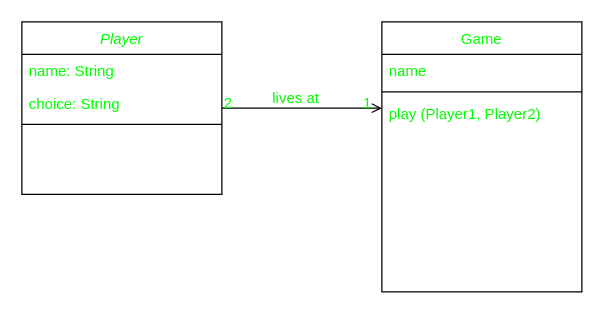
The draw.io diagram UMLDiagram.drawio in Michalju/week3_day5_homework, before the edit. Source tidied: cells renumbered, new cells numbered last; positions are measured from the earlier drawing's top-left corner, leaving out a move shared by most shapes. Both pictures are drawn from the tidied source at 125%, with x=0, y=0 at pixel (21, 21).
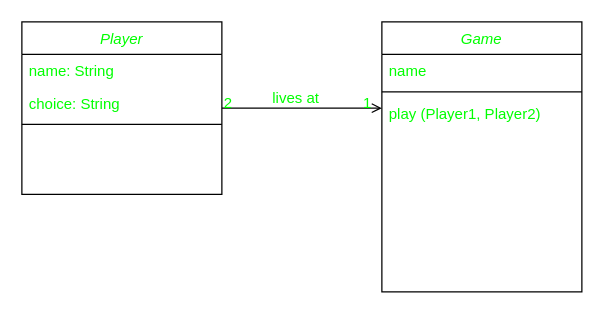
The same page after the edit.

Commit message (it also covers changes not shown here):
created classes Player and Game

Change to the diagram source:
```diff
@@
 <mxGraphModel>
   <root>
     <mxCell id="0" />
     <mxCell id="1" parent="0" />
     <mxCell id="2" value="Player" style="swimlane;fontStyle=2;align=center;verticalAlign=top;horizontal=1;startSize=26;rounded=0;shadow=0;strokeWidth=1;fontColor=#00FF00;" parent="1" vertex="1">
       <mxGeometry width="160" height="138" as="geometry" />
     </mxCell>
     <mxCell id="3" value="name: String" style="text;align=left;verticalAlign=top;spacingLeft=4;spacingRight=4;overflow=hidden;fontColor=#00FF00;" parent="2" vertex="1">
       <mxGeometry y="26" width="160" height="26" as="geometry" />
     </mxCell>
     <mxCell id="4" value="choice: String" style="text;align=left;verticalAlign=top;spacingLeft=4;spacingRight=4;overflow=hidden;rounded=0;shadow=0;html=0;fontColor=#00FF00;" parent="2" vertex="1">
       <mxGeometry y="52" width="160" height="26" as="geometry" />
     </mxCell>
     <mxCell id="5" style="line;html=1;strokeWidth=1;align=left;verticalAlign=middle;spacingTop=-1;spacingLeft=3;spacingRight=3;labelPosition=right;fontColor=#00FF00;" parent="2" vertex="1">
       <mxGeometry y="78" width="160" height="8" as="geometry" />
     </mxCell>
-    <mxCell id="6" value="Game" style="swimlane;fontStyle=0;align=center;verticalAlign=top;horizontal=1;startSize=26;rounded=0;shadow=0;strokeWidth=1;fontColor=#00FF00;" parent="1" vertex="1">
+    <mxCell id="6" value="Game" style="swimlane;fontStyle=2;align=center;verticalAlign=top;horizontal=1;startSize=26;rounded=0;shadow=0;strokeWidth=1;fontColor=#00FF00;" parent="1" vertex="1">
       <mxGeometry x="288" width="160" height="216" as="geometry" />
     </mxCell>
     <mxCell id="7" value="name" style="text;align=left;verticalAlign=top;spacingLeft=4;spacingRight=4;overflow=hidden;fontColor=#00FF00;" parent="6" vertex="1">
       <mxGeometry y="26" width="160" height="26" as="geometry" />
     </mxCell>
     <mxCell id="8" style="line;html=1;strokeWidth=1;align=left;verticalAlign=middle;spacingTop=-1;spacingLeft=3;spacingRight=3;labelPosition=right;fontColor=#00FF00;" parent="6" vertex="1">
       <mxGeometry y="52" width="160" height="8" as="geometry" />
     </mxCell>
     <mxCell id="9" value="play (Player1, Player2)" style="text;align=left;verticalAlign=top;spacingLeft=4;spacingRight=4;overflow=hidden;fontColor=#00FF00;" parent="6" vertex="1">
       <mxGeometry y="60" width="160" height="26" as="geometry" />
     </mxCell>
     <mxCell id="10" style="endArrow=open;shadow=0;strokeWidth=1;rounded=0;endFill=1;edgeStyle=elbowEdgeStyle;elbow=vertical;fontColor=#00FF00;" parent="1" edge="1" source="2" target="6">
       <mxGeometry x="0.5" y="41" relative="1" as="geometry">
         <mxPoint x="-40" y="32" as="offset" />
       </mxGeometry>
     </mxCell>
     <mxCell id="11" value="2" style="align=left;verticalAlign=bottom;labelBackgroundColor=none;fontSize=12;fontColor=#00FF00;" parent="10" vertex="1">
       <mxGeometry x="-1" relative="1" as="geometry">
         <mxPoint y="4" as="offset" />
       </mxGeometry>
     </mxCell>
     <mxCell id="12" value="1" style="align=right;verticalAlign=bottom;labelBackgroundColor=none;fontSize=12;fontColor=#00FF00;" parent="10" vertex="1">
       <mxGeometry x="1" relative="1" as="geometry">
         <mxPoint x="-7" y="4" as="offset" />
       </mxGeometry>
     </mxCell>
     <mxCell id="13" value="lives at" style="text;html=1;align=center;verticalAlign=middle;labelBackgroundColor=none;rounded=0;shadow=0;strokeWidth=1;fontSize=12;fontColor=#00FF00;" parent="10" vertex="1">
       <mxGeometry x="0.5" y="49" relative="1" as="geometry">
         <mxPoint x="-38" y="40" as="offset" />
       </mxGeometry>
     </mxCell>
   </root>
 </mxGraphModel>
```
